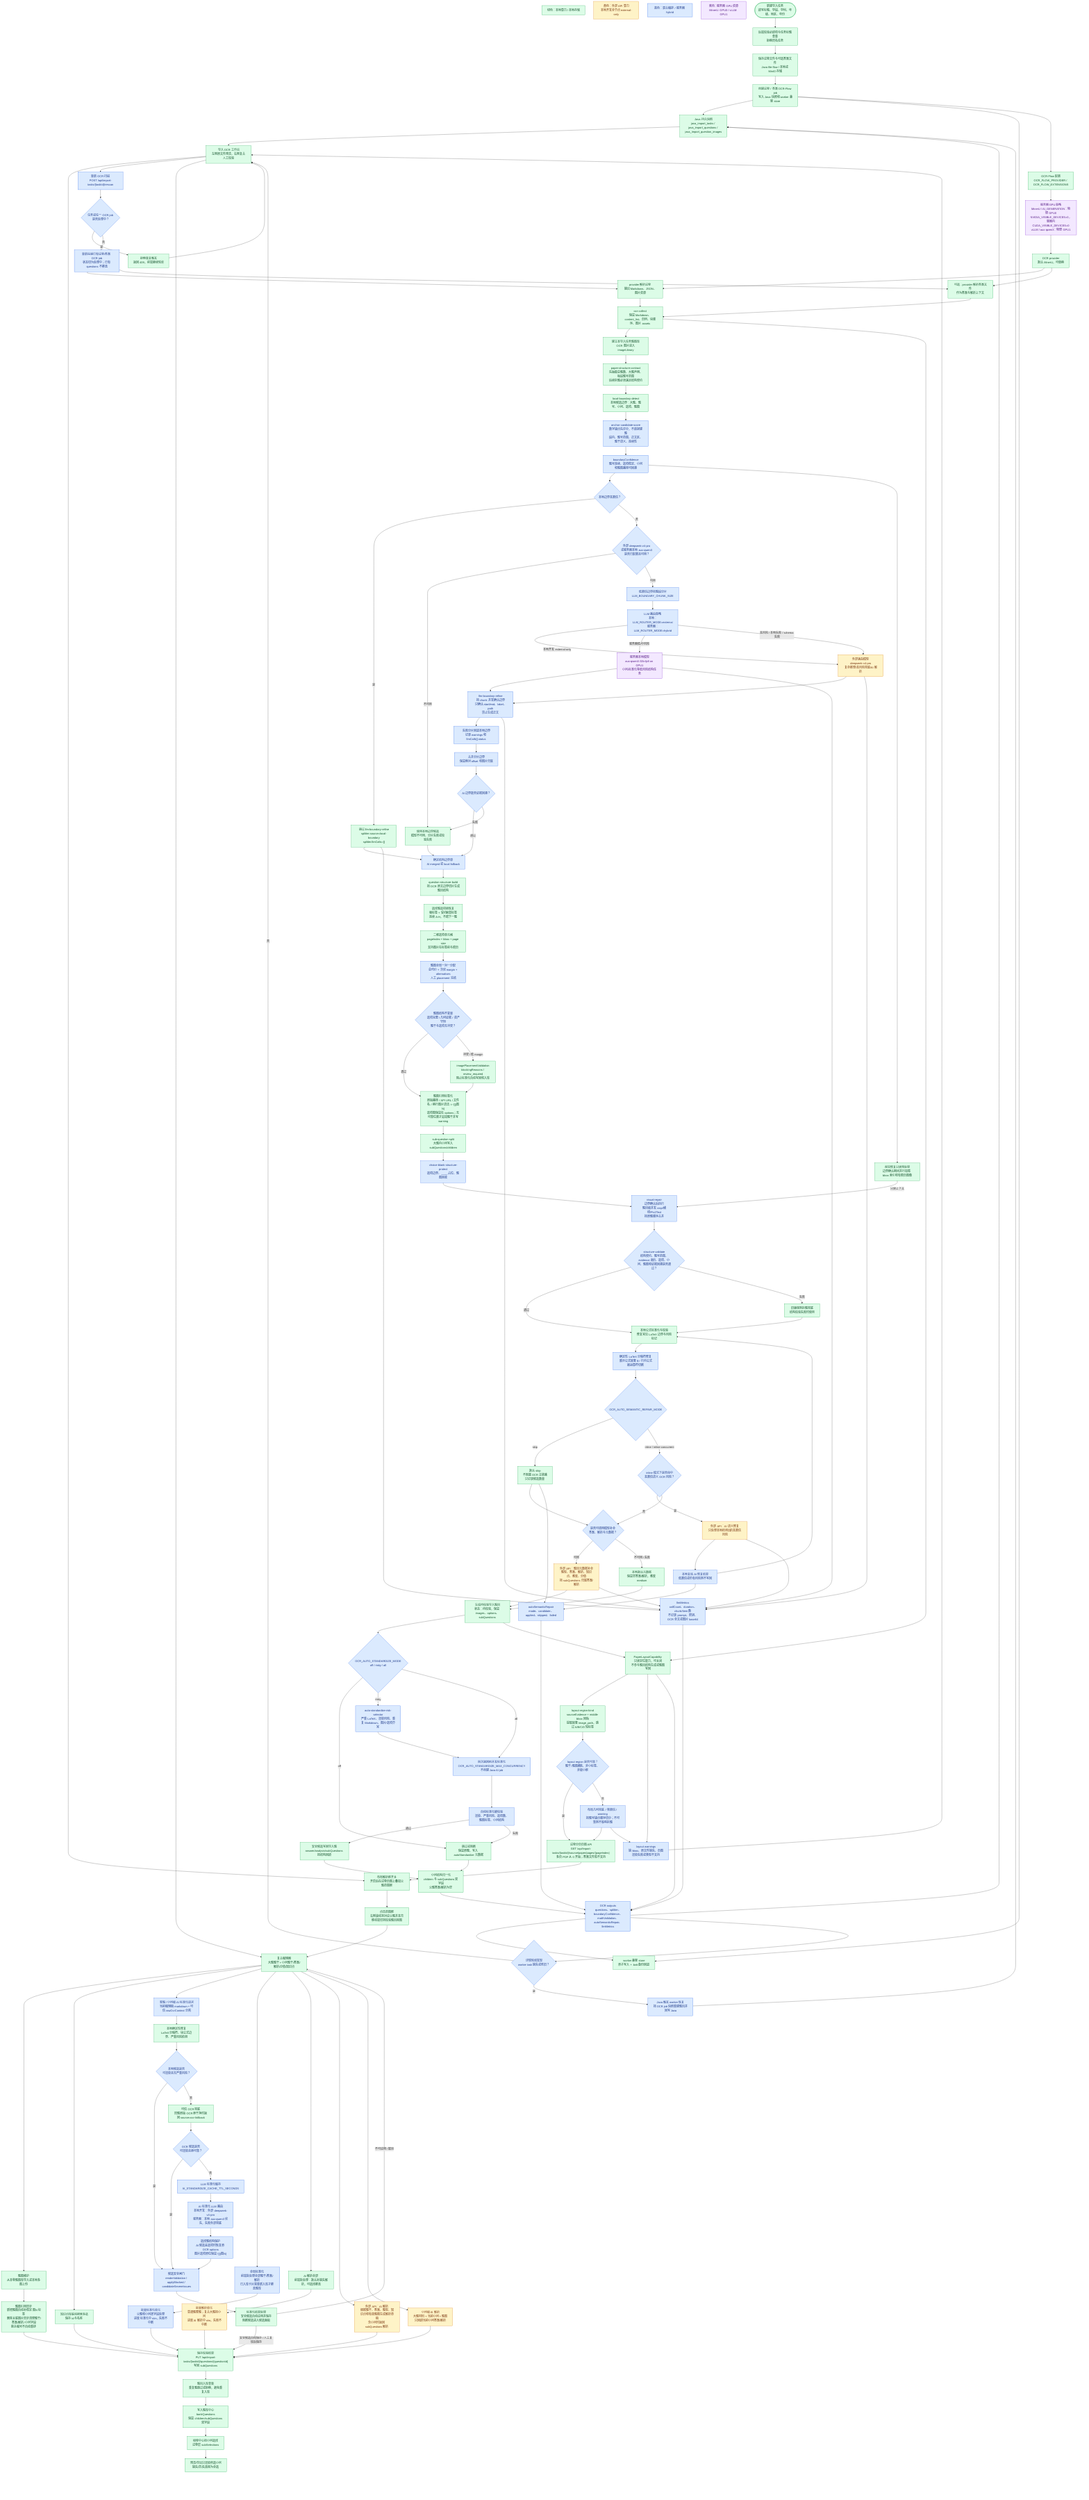
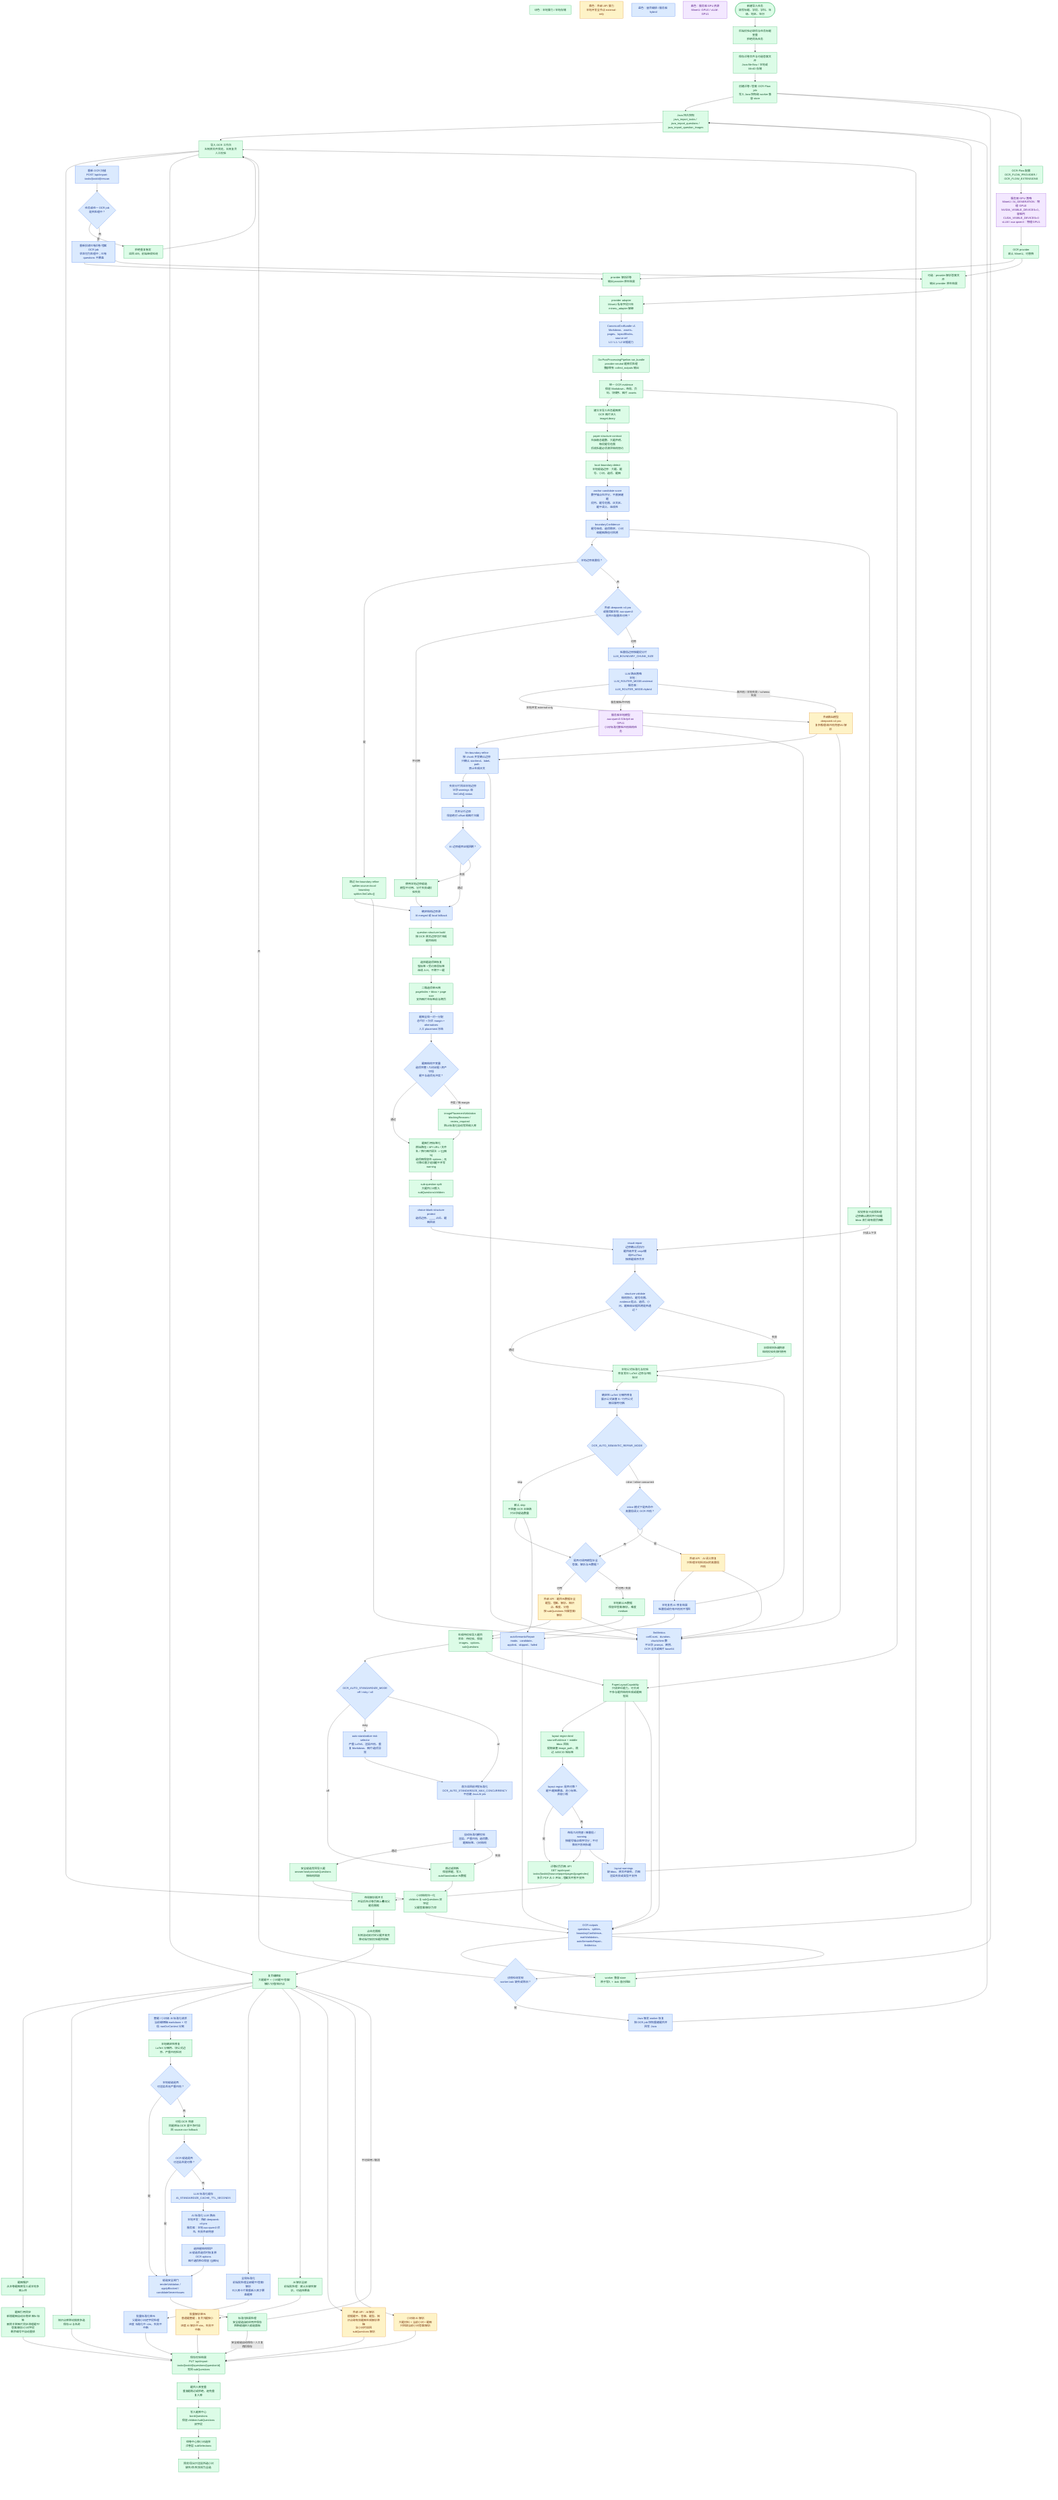
- %% Version: 2026-07-13 / product v17 / LayoutChoiceAssignment
+ %% Version: 2026-07-15 / OpenAPI 1.2.0 / CanonicalOcrBundle v1
%% Status: current-primary
%% Scope: authoritative end-to-end OCR-Flow algorithm, structure contract, LLM routing, first-return auto standardization, review, layout overlay isolation, rescan, global standardization, and AI assistance flow.
flowchart TD
  LegendLocal["绿色：本地算力 / 本地存储"]:::local
  LegendExternal["黄色：外部 API 算力<br/>本地开发全节点 external-only"]:::external
  LegendMixed["蓝色：混合编排 / 服务器 hybrid"]:::mixed
  LegendGpu["紫色：服务器 GPU 资源<br/>MinerU: GPU0 / vLLM: GPU1"]:::gpu

  Start(["新建导入任务<br/>填写标题、学段、学科、年级、地区、年份"]):::local
  Validate["后端校验必填项与任务标题查重<br/>拒绝同名任务"]:::local
  Upload["保存试卷文件与可选答案文件<br/>Java file-flow / 本地或 MinIO 存储"]:::local
  Jobs["创建试卷 / 答案 OCR-Flow job<br/>写入 Java 快照和 worker 兼容 store"]:::local
  JavaSnapshot["Java 持久快照<br/>java_import_tasks / java_import_questions / java_import_question_images"]:::local
  WorkerSafeStore["worker 兼容 store<br/>原子写入 + .bak 备份回退"]:::local
  FlowConfig["OCR-Flow 配置<br/>OCR_FLOW_PROVIDER / OCR_FLOW_EXTENSIONS"]:::local
  GpuPolicy["服务器 GPU 策略<br/>MinerU / AI_GENERATION：物理 GPU0<br/>NVIDIA_VISIBLE_DEVICES=0，容器内 CUDA_VISIBLE_DEVICES=0<br/>vLLM / aux-qwen3：物理 GPU1"]:::gpu
  Provider["OCR provider<br/>默认 MinerU，可替换"]:::local
-   OcrPaper["provider 解析试卷<br/>输出 Markdown、JSON、图片资源"]:::local
-   OcrAnswer["可选：provider 解析答案文件<br/>作为答案与解析上下文"]:::local
-   Collect["ocr-collect<br/>保留 Markdown、content_list、页码、块顺序、图片 assets"]:::local
+   OcrPaper["provider 解析试卷<br/>输出 provider 原生结果"]:::local
+   OcrAnswer["可选：provider 解析答案文件<br/>输出 provider 原生结果"]:::local
+   ProviderAdapter["provider adapter<br/>MinerU 私有字段只在 mineru_adapter 解释"]:::local
+   CanonicalBundle["CanonicalOcrBundle v1<br/>Markdown、assets、pages、layoutBlocks、source ref<br/>L0 / L1 / L2 证据能力"]:::mixed
+   PostProcess["OcrPostProcessingPipeline.run_bundle<br/>provider-neutral 题库后处理<br/>兼容既有 collect_outputs 输出"]:::local
+   Collect["统一 OCR evidence<br/>保留 Markdown、布局、页码、块顺序、图片 assets"]:::local
  ImageLibrary["建立本导入任务题图库<br/>OCR 图片进入 imageLibrary"]:::local

  StructureContract["paper-structure-contract<br/>先抽取总题数、大题声明、每段题号范围<br/>后续拆题必须满足结构契约"]:::local
  LocalBoundary["local-boundary-detect<br/>本地候选边界：大题、题号、小问、选项、题图"]:::local
  AnchorScore["anchor-candidate-score<br/>数字锚点先评分，不直接建题<br/>段内、题号范围、正文区、题干语义、连续性"]:::mixed
  BoundaryConfidence["boundaryConfidence<br/>题号连续、选项稳定、小问和题图路径可回溯"]:::mixed
  BoundaryHigh{"本地边界高置信？"}:::mixed
  BoundarySkip["跳过 llm-boundary-refine<br/>splitter.source=local-boundary<br/>splitter.llmCalls=[]"]:::local
  LlmAvailable{"外部 deepseek-v4-pro<br/>或服务器本地 aux-qwen3<br/>是否已配置且可用？"}:::mixed
  BoundaryChunks["低置信边界按题段分片<br/>LLM_BOUNDARY_CHUNK_SIZE"]:::mixed
  LlmRoutePolicy["LLM 路由策略<br/>本地：LLM_ROUTER_MODE=external<br/>服务器：LLM_ROUTER_MODE=hybrid"]:::mixed
  LocalAuxModel["服务器本地模型<br/>aux-qwen3-32b-fp8 on GPU1<br/>小问/标准化等低风险结构任务"]:::gpu
  ExternalFullModel["外部满血模型<br/>deepseek-v4-pro<br/>复杂推理/高风险兜底/AI 解析"]:::external
  VisualRepairPreload["视觉修复只读预处理<br/>边界确认期间并行加载 bbox 索引和有限页图像"]:::local
  LlmBoundary["llm-boundary-refine<br/>按 chunk 并发确认边界<br/>只确认 start/end、label、path<br/>禁止生成正文"]:::mixed
  ChunkFallback["失败分片回退本地边界<br/>记录 warnings 和 llmCalls[].status"]:::mixed
  MergeBoundary["合并分片边界<br/>保留绝对 offset 和图片归属"]:::mixed
  BoundaryValidate{"AI 边界能否证据回溯？"}:::mixed
  BoundaryLocalFallback["使用本地边界候选<br/>模型不可用、分片失败或校验失败"]:::local
  BoundarySource["确定结构边界源<br/>AI merged 或 local fallback"]:::mixed

  BuildByEvidence["question-structure-build<br/>按 OCR 原文边界切片生成题目结构"]:::local
  ChoiceSequence["选择题选项链恢复<br/>强标签 + 受约束弱标签<br/>连续 A-H，不跨下一题"]:::local
  ChoiceLayout["二维选项单元格<br/>pageIndex + bbox + page size<br/>支持图片在标签前与跨页"]:::local
  GlobalImageAssignment["题图全局一对一分配<br/>总代价 + 次优 margin + alternatives<br/>人工 placement 冻结"]:::mixed
  PlacementInvariant{"题图结构不变量<br/>选项完整 / 几何证据 / 资产守恒<br/>题干与选项无冲突？"}:::mixed
  PlacementReview["imagePlacementValidation<br/>blockingReasons / review_required<br/>阻止标准化自动写回和入库"]:::local
  ImageCanonical["题图引用标签化<br/>原始路径 / API URL / 文件名 / 换行图片语法 -> ![](图N)<br/>选项图保留在 options；无可靠位置才追加题干并写 warning"]:::local
  SubSplit["sub-question-split<br/>大题内小问写入 subQuestions/children"]:::local
  ChoiceBlankProtect["choice-blank-structure-protect<br/>选项边界、____ 占位、题图回收"]:::mixed
  VisualRepair["visual-repair<br/>边界确认后执行<br/>题目级并发 crop/横线/Pix2Text<br/>按原题顺序合并"]:::mixed
  StructureValidate{"structure-validate<br/>结构契约、题号范围、evidence 起点、选项、小问、题图和证据回溯是否通过？"}:::mixed
  RuleFallback["旧版规则拆题兜底<br/>结构校验失败时使用"]:::local

  MathNormalize["本地公式标准化与校验<br/>修复常见 LaTeX 边界与风险标记"]:::local
  LatexDelimiter["确定性 LaTeX 分隔符修复<br/>展示公式嵌套 $ / 行内公式被运算符切断"]:::mixed
  AutoRepairMode{"OCR_AUTO_SEMANTIC_REPAIR_MODE"}:::mixed
  AutoRepairSkip["默认 skip<br/>不阻塞 OCR 主链路<br/>只记录候选数量"]:::local
  SemanticRisk{"inline 模式下是否命中<br/>高置信语义 OCR 风险？"}:::mixed
  SemanticApi["外部 API：AI 语义修复<br/>只处理本地检测出的高置信风险"]:::external
  SemanticVerify["本地复核 AI 修复结果<br/>低置信或仍有风险则不写回"]:::mixed

  MetadataDecision{"是否可调用模型补全<br/>答案、解析与元数据？"}:::mixed
  MetadataApi["外部 API：题目元数据补全<br/>题型、答案、解析、知识点、难度、分值<br/>按 subQuestions 归属答案/解析"]:::external
  MetadataFallback["本地默认元数据<br/>保留空答案/解析，难度 medium"]:::local
  BuildQuestions["生成待校验导入题目<br/>状态：待校验，保留 images、options、subQuestions"]:::local
  AutoStdMode{"OCR_AUTO_STANDARDIZE_MODE<br/>off / risky / all"}:::mixed
  AutoStdRisk["auto-standardize-risk-selector<br/>严重 LaTeX、渲染风险、重复 Markdown、图片/选项异常"]:::mixed
  AutoStdConcurrent["首次返回前并发标准化<br/>OCR_AUTO_STANDARDIZE_MAX_CONCURRENCY<br/>不创建 Java AI job"]:::mixed
  AutoStdGate["自动标准化硬校验<br/>渲染、严重风险、选项数、题图标签、小问结构"]:::mixed
  AutoStdApply["安全候选写回导入题<br/>answer/analysis/subQuestions 按结构回填"]:::local
  AutoStdSkip["跳过或阻断<br/>保留原题，写入 autoStandardize 元数据"]:::local
  PaperLayoutBuild["PaperLayoutCapability<br/>只读定位能力，可关闭<br/>不参与题目结构生成或题图写回"]:::local
  PaperLayoutBind["layout-region-bind<br/>sourceEvidence + middle bbox 回贴<br/>提取嵌套 image_path，跳过 A/B/C/D 短标签"]:::local
  PaperLayoutReliable{"layout region 是否可靠？<br/>题干/题图覆盖、非小标签、非极小框"}:::mixed
  PaperLayoutFallback["布局几何兜底 / 降置信 / warning<br/>按题号锚点顺序切分；不可靠则不影响拆题"]:::mixed
  PaperPageApi["试卷分页页图 API<br/>GET /api/import-tasks/{taskId}/source/paper/pages/{pageIndex}<br/>多页 PDF 从 0 开始；答案文件暂不支持"]:::local
  PaperLayoutWarnings["layout warnings<br/>缺 bbox、原文件缺失、页图渲染失败或类型不支持"]:::mixed
  SubQuestionNormalize["小问结构归一化<br/>children 与 subQuestions 双字段<br/>父题答案/解析为空"]:::local
  AutoRepairSummary["autoSemanticRepair<br/>mode、candidate、applied、skipped、failed"]:::mixed
  LlmMetrics["llmMetrics<br/>callCount、duration、chunk/item 数<br/>不记录 prompt、密钥、OCR 全文或图片 base64"]:::mixed
  OcrOutputs["OCR outputs<br/>questions、splitter、boundaryConfidence、mathValidation、autoSemanticRepair、llmMetrics"]:::mixed
  DetailRecovery{"详情轮询发现<br/>worker task 缺失或陈旧？"}:::mixed
  RecoverFromOcr["Java 触发 worker 恢复<br/>按 OCR job 快照重建题目并回写 Java"]:::mixed

  Workbench["导入 OCR 工作台<br/>左侧原文件预览，右侧复合人工校验"]:::local
  LayoutToggle["布局解析框开关<br/>开启后在试卷页图上叠加父题范围框"]:::local
  LayoutClick["点击范围框<br/>右侧滚动到对应父题并高亮<br/>移动端切到校验题目视图"]:::local
  RescanRequest["重新 OCR 扫描<br/>POST /api/import-tasks/{taskId}/rescan"]:::mixed
  RescanGuard{"任务或任一 OCR job<br/>是否处理中？"}:::mixed
  RescanReject["拒绝重复触发<br/>返回 409，前端继续轮询"]:::local
  RescanRetry["重新投递已有试卷/答案 OCR job<br/>状态切为处理中；已有 questions 不覆盖"]:::mixed
  ManualEdit["复合编辑器<br/>大题题干 + 小问题干/答案/解析/分值/知识点"]:::local
  BatchStdAll["全局标准化<br/>前端批处理全部题干/答案/解析<br/>已入库卡片需重新入库才覆盖题库"]:::mixed
  BatchStdUnits["批量标准化单元<br/>父题和小问逐字段处理<br/>进度 标准化中 n/m，失败不中断"]:::mixed
  BatchAiAll["AI 解析全部<br/>前端批处理：默认补缺失解析，可选择覆盖"]:::local
  BatchAiUnits["批量解析单元<br/>普通题整题；复合大题按小问<br/>进度 AI 解析中 n/m，失败不中断"]:::external
  AddImages["题图维护<br/>从本卷题图库导入或本地多图上传"]:::local
  ImageMarkdown["题图引用同步<br/>新增题图自动补稳定 图N 标签<br/>删除关联图片同步清理题干/答案/解析/小问字段<br/>剩余编号不自动重排"]:::local
  KnowledgePick["知识点库联动搜索多选<br/>保存 id 与名称"]:::local

  StdStart["整题 / 小问级 AI 标准化请求<br/>当前编辑稿 markdown + 可信 rawOcrContext 分离"]:::mixed
  StdLocal["本地确定性修复<br/>LaTeX 分隔符、块公式边界、严重风险检测"]:::local
  StdLocalSafe{"本地候选是否<br/>可渲染且无严重风险？"}:::mixed
  StdOcr["可信 OCR 兜底<br/>同题原始 OCR 更干净时返回 source=ocr-fallback"]:::local
  StdOcrSafe{"OCR 候选是否<br/>可渲染且更可靠？"}:::mixed
  StdCache["LLM 标准化缓存<br/>AI_STANDARDIZE_CACHE_TTL_SECONDS"]:::mixed
  StdApi["AI 标准化 LLM 路由<br/>本地开发：外部 deepseek-v4-pro<br/>服务器：本地 aux-qwen3 优先，失败外部兜底"]:::mixed
  StdChoiceGuard["选择题结构保护<br/>AI 候选丢选项时恢复原 OCR options<br/>图片选项原位保留 ![](图N)"]:::mixed
  StdGate["候选安全闸门<br/>renderValidation / applyBlocked / candidateSevereIssues"]:::mixed
  StdPanel["标准化结果处理<br/>安全候选自动应用并保存<br/>阻断候选进入候选面板"]:::local

  AiAnalysis["外部 API：AI 解析<br/>根据题干、答案、题型、知识点和有效题图生成解析草稿<br/>含小问时返回 subQuestions 解析"]:::external
  SubAiAnalysis["小问级 AI 解析<br/>大题材料 + 当前小问 + 题图<br/>只回填当前小问答案/解析"]:::external
  SaveReview["保存校验结果<br/>PUT /api/import-tasks/{taskId}/questions/{questionId}<br/>写回 subQuestions"]:::local
  BankDedup["题目入库查重<br/>重复题跳过或拒绝，避免重复入库"]:::local
  Bank["写入题库中心 bankQuestions<br/>保留 children/subQuestions 双字段"]:::local
  PaperSelect["组卷中心按小问选择<br/>试卷层 subSelections"]:::local
  PaperPreview["预览/导出只渲染所选小问<br/>缺失/空/失效视为全选"]:::local

  Start --> Validate --> Upload --> Jobs
  Jobs --> JavaSnapshot
  Jobs --> WorkerSafeStore
  Jobs --> FlowConfig --> GpuPolicy --> Provider
-   Provider --> OcrPaper --> Collect
-   Provider --> OcrAnswer --> Collect
+   Provider --> OcrPaper --> ProviderAdapter
+   Provider --> OcrAnswer --> ProviderAdapter
+   ProviderAdapter --> CanonicalBundle --> PostProcess --> Collect
  Collect --> ImageLibrary --> StructureContract --> LocalBoundary --> AnchorScore --> BoundaryConfidence --> BoundaryHigh
  BoundaryConfidence --> VisualRepairPreload
  BoundaryHigh -- "是" --> BoundarySkip --> BoundarySource
  BoundaryHigh -- "否" --> LlmAvailable
  LlmAvailable -- "不可用" --> BoundaryLocalFallback --> BoundarySource
  LlmAvailable -- "可用" --> BoundaryChunks --> LlmRoutePolicy
  LlmRoutePolicy -- "本地开发 external-only" --> ExternalFullModel --> LlmBoundary
  LlmRoutePolicy -- "服务器低/中风险" --> LocalAuxModel --> LlmBoundary
  LlmRoutePolicy -- "高风险 / 本地失败 / schema 失败" --> ExternalFullModel
  LlmBoundary --> ChunkFallback --> MergeBoundary --> BoundaryValidate
  BoundaryValidate -- "通过" --> BoundarySource
  BoundaryValidate -- "失败" --> BoundaryLocalFallback
  BoundarySource --> BuildByEvidence
  BuildByEvidence --> ChoiceSequence --> ChoiceLayout --> GlobalImageAssignment --> PlacementInvariant
  PlacementInvariant -- "通过" --> ImageCanonical
  PlacementInvariant -- "冲突 / 低 margin" --> PlacementReview --> ImageCanonical
  ImageCanonical --> SubSplit --> ChoiceBlankProtect --> VisualRepair --> StructureValidate
  VisualRepairPreload -- "只读上下文" --> VisualRepair
  StructureValidate -- "通过" --> MathNormalize
  StructureValidate -- "失败" --> RuleFallback --> MathNormalize
  MathNormalize --> LatexDelimiter --> AutoRepairMode
  AutoRepairMode -- "skip" --> AutoRepairSkip --> MetadataDecision
  AutoRepairMode -- "inline / inline-concurrent" --> SemanticRisk
  SemanticRisk -- "是" --> SemanticApi --> SemanticVerify --> MathNormalize
  SemanticRisk -- "否" --> MetadataDecision
  MetadataDecision -- "可用" --> MetadataApi --> BuildQuestions
  MetadataDecision -- "不可用 / 失败" --> MetadataFallback --> BuildQuestions
  BuildQuestions --> AutoStdMode
  AutoStdMode -- "off" --> AutoStdSkip --> SubQuestionNormalize
  AutoStdMode -- "risky" --> AutoStdRisk --> AutoStdConcurrent
  AutoStdMode -- "all" --> AutoStdConcurrent
  AutoStdConcurrent --> AutoStdGate
  AutoStdGate -- "通过" --> AutoStdApply --> SubQuestionNormalize
  AutoStdGate -- "失败" --> AutoStdSkip
  SubQuestionNormalize --> OcrOutputs
  BuildQuestions --> PaperLayoutBuild
  Collect --> PaperLayoutBuild
  PaperLayoutBuild --> PaperLayoutBind --> PaperLayoutReliable
  PaperLayoutReliable -- "是" --> PaperPageApi
  PaperLayoutReliable -- "否" --> PaperLayoutFallback --> PaperPageApi
  PaperLayoutFallback --> PaperLayoutWarnings
  PaperLayoutBuild --> PaperLayoutWarnings
  PaperLayoutBuild --> OcrOutputs
  BoundarySkip --> LlmMetrics
  LlmBoundary --> LlmMetrics
  LocalAuxModel --> LlmMetrics
  ExternalFullModel --> LlmMetrics
  SemanticApi --> LlmMetrics
  MetadataApi --> LlmMetrics
  AutoRepairSkip --> AutoRepairSummary --> OcrOutputs
  SemanticVerify --> AutoRepairSummary
  LlmMetrics --> OcrOutputs
  OcrOutputs --> JavaSnapshot
  OcrOutputs --> WorkerSafeStore
  OcrOutputs --> DetailRecovery
  DetailRecovery -- "是" --> RecoverFromOcr --> JavaSnapshot --> Workbench
  DetailRecovery -- "否" --> Workbench
  PaperPageApi --> LayoutToggle
  PaperLayoutWarnings --> Workbench
  Workbench --> LayoutToggle --> LayoutClick --> ManualEdit
  Workbench --> RescanRequest --> RescanGuard
  RescanGuard -- "是" --> RescanReject --> Workbench
  RescanGuard -- "否" --> RescanRetry --> OcrPaper
  RescanRetry --> OcrAnswer
  Workbench --> ManualEdit
  ManualEdit --> AddImages --> ImageMarkdown --> SaveReview
  ManualEdit --> KnowledgePick --> SaveReview
  ManualEdit --> StdStart --> StdLocal --> StdLocalSafe
  StdLocalSafe -- "是" --> StdGate
  StdLocalSafe -- "否" --> StdOcr --> StdOcrSafe
  StdOcrSafe -- "是" --> StdGate
  StdOcrSafe -- "否" --> StdCache --> StdApi --> StdChoiceGuard --> StdGate
  StdGate --> StdPanel
  StdPanel -- "安全候选自动保存 / 人工复核后保存" --> SaveReview
  StdPanel -- "不可应用 / 取消" --> ManualEdit
  ManualEdit --> BatchStdAll --> BatchStdUnits --> SaveReview
  ManualEdit --> BatchAiAll --> BatchAiUnits --> SaveReview
  ManualEdit --> AiAnalysis --> SaveReview
  ManualEdit --> SubAiAnalysis --> SaveReview
  SaveReview --> BankDedup --> Bank --> PaperSelect --> PaperPreview

  classDef local fill:#dcfce7,stroke:#16a34a,color:#14532d,stroke-width:1px;
  classDef external fill:#fef3c7,stroke:#d97706,color:#78350f,stroke-width:1px;
  classDef mixed fill:#dbeafe,stroke:#2563eb,color:#1e3a8a,stroke-width:1px;
  classDef gpu fill:#f3e8ff,stroke:#7e22ce,color:#581c87,stroke-width:1px;
